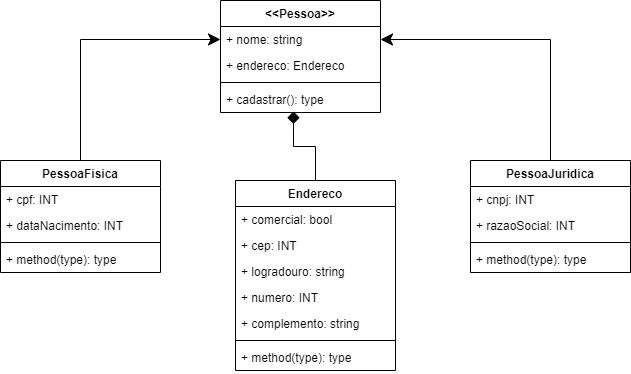
Above: src/assets/img/Untitled Diagram.drawio.png in ismaeldev96/GameMania (draw.io), before the change. Source tidied: cells renumbered, new cells last; positions are measured from the earlier drawing's top-left corner, leaving out a move shared by most shapes.
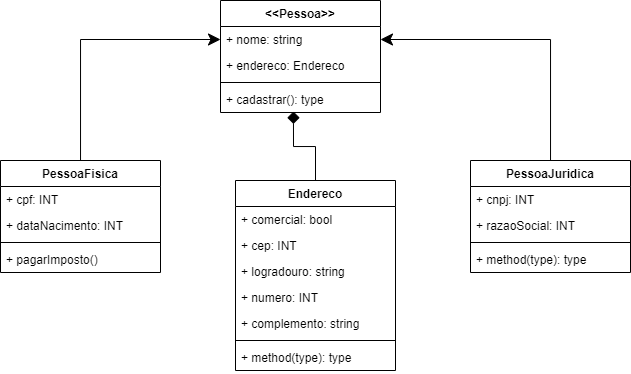
The same file after the commit.

The edit, as a diff of the source:
```diff
@@ -17,7 +17,7 @@
     <mxCell id="6" style="line;strokeWidth=1;fillColor=none;align=left;verticalAlign=middle;spacingTop=-1;spacingLeft=3;spacingRight=3;labelPosition=right;" parent="3" vertex="1">
       <mxGeometry y="78" width="160" height="8" as="geometry" />
     </mxCell>
-    <mxCell id="7" value="+ method(type): type" style="text;strokeColor=none;fillColor=none;align=left;verticalAlign=top;spacingLeft=4;spacingRight=4;overflow=hidden;" parent="3" vertex="1">
+    <mxCell id="7" value="+ pagarImposto()" style="text;strokeColor=none;fillColor=none;align=left;verticalAlign=top;spacingLeft=4;spacingRight=4;overflow=hidden;" parent="3" vertex="1">
       <mxGeometry y="86" width="160" height="26" as="geometry" />
     </mxCell>
     <mxCell id="8" style="edgeStyle=orthogonalEdgeStyle;rounded=0;jettySize=auto;html=1;entryX=1;entryY=0.5;entryDx=0;entryDy=0;endSize=10;" parent="1" edge="1" source="9" target="15">
```
